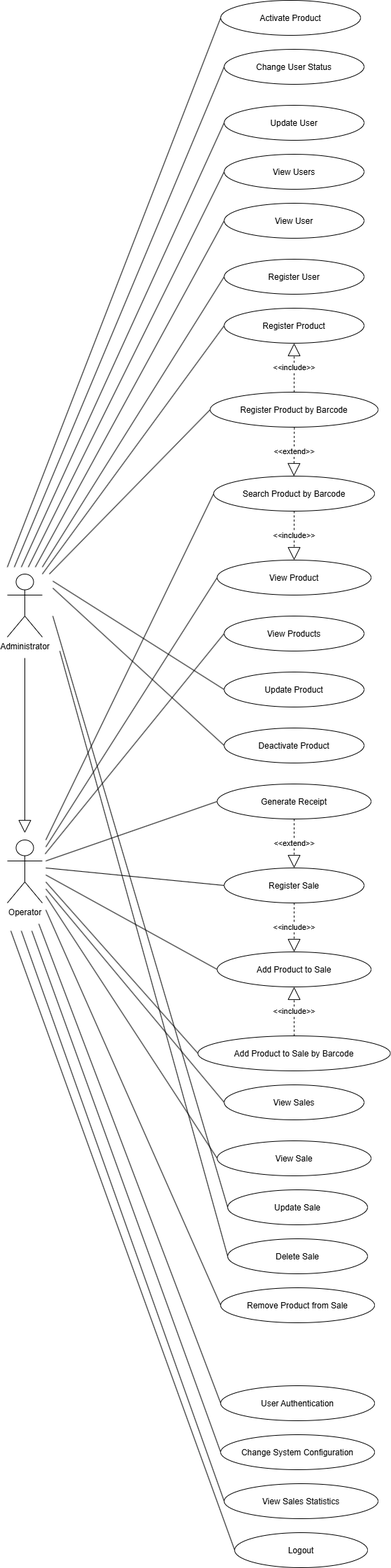
Above: docs/diagrams/Use_Case_Diagram.png in Marcos556149/sales-management-system (draw.io), before the change. Source tidied: cells renumbered, new cells last; positions are measured from the earlier drawing's top-left corner, leaving out a move shared by most shapes.
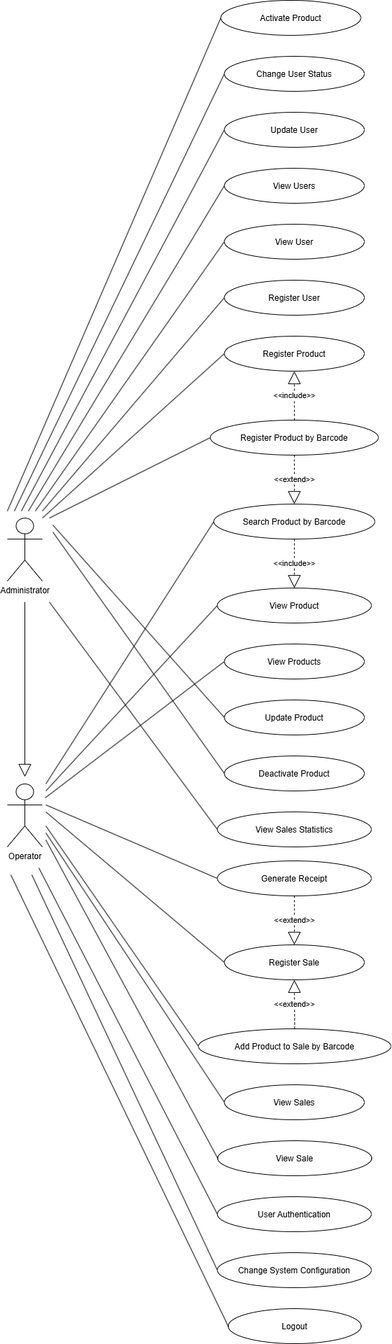
Later version of the same file.

Commit message:
docs: refactor use case diagram for updated sales requirements

Change to the diagram source:
```diff
@@ -3,55 +3,43 @@
     <mxCell id="0" />
     <mxCell id="1" parent="0" />
     <mxCell id="2" value="Register Product" style="ellipse;" parent="1" vertex="1">
-      <mxGeometry x="310" y="440" width="200" height="50" as="geometry" />
+      <mxGeometry x="310" y="560" width="200" height="50" as="geometry" />
     </mxCell>
     <mxCell id="3" value="View Products" style="ellipse;" parent="1" vertex="1">
-      <mxGeometry x="310" y="880" width="200" height="50" as="geometry" />
+      <mxGeometry x="310" y="1000" width="200" height="50" as="geometry" />
     </mxCell>
     <mxCell id="4" value="Update Product" style="ellipse;" parent="1" vertex="1">
-      <mxGeometry x="310" y="960" width="200" height="50" as="geometry" />
+      <mxGeometry x="310" y="1080" width="200" height="50" as="geometry" />
     </mxCell>
     <mxCell id="5" value="Deactivate Product" style="ellipse;" parent="1" vertex="1">
-      <mxGeometry x="310" y="1040" width="200" height="50" as="geometry" />
+      <mxGeometry x="310" y="1160" width="200" height="50" as="geometry" />
     </mxCell>
     <mxCell id="6" value="Search Product by Barcode" style="ellipse;" parent="1" vertex="1">
-      <mxGeometry x="295" y="680" width="230" height="50" as="geometry" />
+      <mxGeometry x="295" y="800" width="230" height="50" as="geometry" />
     </mxCell>
     <mxCell id="7" value="Register Product by Barcode" style="ellipse;" parent="1" vertex="1">
-      <mxGeometry x="290" y="560" width="240" height="50" as="geometry" />
+      <mxGeometry x="290" y="680" width="240" height="50" as="geometry" />
     </mxCell>
     <mxCell id="8" value="View Product" style="ellipse;" parent="1" vertex="1">
-      <mxGeometry x="300" y="800" width="220" height="50" as="geometry" />
+      <mxGeometry x="300" y="920" width="220" height="50" as="geometry" />
     </mxCell>
     <mxCell id="9" value="Register Sale" style="ellipse;" parent="1" vertex="1">
-      <mxGeometry x="310" y="1240" width="200" height="50" as="geometry" />
+      <mxGeometry x="310" y="1430" width="200" height="50" as="geometry" />
     </mxCell>
     <mxCell id="10" value="View Sales" style="ellipse;" parent="1" vertex="1">
-      <mxGeometry x="310" y="1550" width="200" height="50" as="geometry" />
+      <mxGeometry x="310" y="1630" width="200" height="50" as="geometry" />
     </mxCell>
-    <mxCell id="11" value="Update Sale" style="ellipse;" parent="1" vertex="1">
-      <mxGeometry x="315" y="1700" width="200" height="50" as="geometry" />
-    </mxCell>
-    <mxCell id="12" value="Delete Sale" style="ellipse;" parent="1" vertex="1">
-      <mxGeometry x="315" y="1770" width="200" height="50" as="geometry" />
-    </mxCell>
     <mxCell id="13" value="Add Product to Sale by Barcode" style="ellipse;" parent="1" vertex="1">
-      <mxGeometry x="272.5" y="1480" width="275" height="50" as="geometry" />
+      <mxGeometry x="273" y="1550" width="275" height="50" as="geometry" />
     </mxCell>
-    <mxCell id="14" value="Add Product to Sale" style="ellipse;" parent="1" vertex="1">
-      <mxGeometry x="300" y="1360" width="220" height="50" as="geometry" />
-    </mxCell>
-    <mxCell id="15" value="Remove Product from Sale" style="ellipse;" parent="1" vertex="1">
-      <mxGeometry x="305" y="1840" width="220" height="50" as="geometry" />
-    </mxCell>
     <mxCell id="16" value="Generate Receipt" style="ellipse;" parent="1" vertex="1">
-      <mxGeometry x="300" y="1120" width="220" height="50" as="geometry" />
+      <mxGeometry x="300" y="1310" width="220" height="50" as="geometry" />
     </mxCell>
     <mxCell id="17" value="View Sale" style="ellipse;" parent="1" vertex="1">
-      <mxGeometry x="300" y="1630" width="220" height="50" as="geometry" />
+      <mxGeometry x="300.5" y="1710" width="220" height="50" as="geometry" />
     </mxCell>
     <mxCell id="18" value="User Authentication" style="ellipse;" parent="1" vertex="1">
-      <mxGeometry x="305" y="1980" width="220" height="50" as="geometry" />
+      <mxGeometry x="300" y="1790" width="220" height="50" as="geometry" />
     </mxCell>
     <mxCell id="19" value="Administrator" style="shape=umlActor;verticalLabelPosition=bottom;verticalAlign=top;html=1;" parent="1" vertex="1">
       <mxGeometry y="820" width="50" height="90" as="geometry" />
@@ -65,183 +53,157 @@
     <mxCell id="22" value="&amp;lt;&amp;lt;include&amp;gt;&amp;gt;" style="endArrow=block;endSize=16;endFill=0;html=1;rounded=0;dashed=1;exitX=0.5;exitY=0;exitDx=0;exitDy=0;entryX=0.5;entryY=1;entryDx=0;entryDy=0;" parent="1" edge="1" source="7" target="2">
       <mxGeometry relative="1" as="geometry" />
     </mxCell>
-    <mxCell id="23" value="&amp;lt;&amp;lt;include&amp;gt;&amp;gt;" style="endArrow=block;endSize=16;endFill=0;html=1;rounded=0;dashed=1;exitX=0.5;exitY=1;exitDx=0;exitDy=0;entryX=0.5;entryY=0;entryDx=0;entryDy=0;" parent="1" edge="1" source="9" target="14">
-      <mxGeometry relative="1" as="geometry" />
-    </mxCell>
     <mxCell id="24" value="&amp;lt;&amp;lt;extend&amp;gt;&amp;gt;" style="endArrow=block;endSize=16;endFill=0;html=1;rounded=0;dashed=1;exitX=0.5;exitY=1;exitDx=0;exitDy=0;entryX=0.5;entryY=0;entryDx=0;entryDy=0;" parent="1" edge="1" source="16" target="9">
       <mxGeometry relative="1" as="geometry" />
     </mxCell>
-    <mxCell id="25" value="&amp;lt;&amp;lt;include&amp;gt;&amp;gt;" style="endArrow=block;endSize=16;endFill=0;html=1;rounded=0;dashed=1;exitX=0.5;exitY=0;exitDx=0;exitDy=0;entryX=0.5;entryY=1;entryDx=0;entryDy=0;" parent="1" edge="1" source="13" target="14">
-      <mxGeometry relative="1" as="geometry" />
-    </mxCell>
-    <mxCell id="26" value="&amp;lt;&amp;lt;extend&amp;gt;&amp;gt;" style="endArrow=block;endSize=16;endFill=0;html=1;rounded=0;dashed=1;exitX=0.373;exitY=1.011;exitDx=0;exitDy=0;entryX=0.365;entryY=0.001;entryDx=0;entryDy=0;exitPerimeter=0;entryPerimeter=0;" parent="1" edge="1">
-      <mxGeometry relative="1" as="geometry">
-        <mxPoint x="410.3" y="610.5" as="sourcePoint" />
-        <mxPoint x="409.7" y="680" as="targetPoint" />
-      </mxGeometry>
-    </mxCell>
-    <mxCell id="27" style="endArrow=none;html=1;rounded=0;entryX=0;entryY=0.5;entryDx=0;entryDy=0;" parent="1" edge="1" target="6">
-      <mxGeometry relative="1" as="geometry">
-        <mxPoint x="55" y="1200" as="sourcePoint" />
-      </mxGeometry>
-    </mxCell>
-    <mxCell id="28" style="endArrow=none;html=1;rounded=0;entryX=0;entryY=0.5;entryDx=0;entryDy=0;" parent="1" edge="1" target="8">
-      <mxGeometry relative="1" as="geometry">
-        <mxPoint x="55" y="1210" as="sourcePoint" />
-      </mxGeometry>
-    </mxCell>
-    <mxCell id="29" style="endArrow=none;html=1;rounded=0;entryX=0;entryY=0.5;entryDx=0;entryDy=0;" parent="1" edge="1" target="3">
-      <mxGeometry relative="1" as="geometry">
-        <mxPoint x="54" y="1220" as="sourcePoint" />
-      </mxGeometry>
-    </mxCell>
-    <mxCell id="30" style="endArrow=none;html=1;rounded=0;entryX=0;entryY=0.5;entryDx=0;entryDy=0;" parent="1" edge="1" target="18">
-      <mxGeometry relative="1" as="geometry">
-        <mxPoint x="45" y="1320" as="sourcePoint" />
-      </mxGeometry>
-    </mxCell>
-    <mxCell id="31" style="endArrow=block;endSize=16;endFill=0;html=1;rounded=0;" parent="1" edge="1">
-      <mxGeometry relative="1" as="geometry">
-        <mxPoint x="25" y="940" as="sourcePoint" />
-        <mxPoint x="25" y="1190" as="targetPoint" />
-      </mxGeometry>
-    </mxCell>
-    <mxCell id="32" style="endArrow=none;html=1;rounded=0;entryX=0;entryY=0.5;entryDx=0;entryDy=0;" parent="1" edge="1" target="10">
-      <mxGeometry relative="1" as="geometry">
-        <mxPoint x="55" y="1270" as="sourcePoint" />
-      </mxGeometry>
-    </mxCell>
-    <mxCell id="33" style="endArrow=none;html=1;rounded=0;entryX=0;entryY=0.5;entryDx=0;entryDy=0;" parent="1" edge="1" target="17">
-      <mxGeometry relative="1" as="geometry">
-        <mxPoint x="55" y="1280" as="sourcePoint" />
-      </mxGeometry>
-    </mxCell>
-    <mxCell id="34" style="endArrow=none;html=1;rounded=0;entryX=0;entryY=0.5;entryDx=0;entryDy=0;" parent="1" edge="1" target="9">
-      <mxGeometry relative="1" as="geometry">
-        <mxPoint x="55" y="1240" as="sourcePoint" />
-      </mxGeometry>
-    </mxCell>
-    <mxCell id="35" style="endArrow=none;html=1;rounded=0;entryX=0;entryY=0.5;entryDx=0;entryDy=0;" parent="1" edge="1" target="14">
-      <mxGeometry relative="1" as="geometry">
-        <mxPoint x="55" y="1250" as="sourcePoint" />
-      </mxGeometry>
-    </mxCell>
-    <mxCell id="36" style="endArrow=none;html=1;rounded=0;entryX=0;entryY=0.5;entryDx=0;entryDy=0;" parent="1" edge="1" target="13">
-      <mxGeometry relative="1" as="geometry">
-        <mxPoint x="55" y="1260" as="sourcePoint" />
-      </mxGeometry>
-    </mxCell>
-    <mxCell id="37" style="endArrow=none;html=1;rounded=0;entryX=0;entryY=0.5;entryDx=0;entryDy=0;" parent="1" edge="1" target="15">
-      <mxGeometry relative="1" as="geometry">
-        <mxPoint x="55" y="1300" as="sourcePoint" />
-      </mxGeometry>
-    </mxCell>
-    <mxCell id="38" style="endArrow=none;html=1;rounded=0;entryX=0;entryY=0.5;entryDx=0;entryDy=0;" parent="1" edge="1" target="16">
-      <mxGeometry relative="1" as="geometry">
-        <mxPoint x="55" y="1230" as="sourcePoint" />
-      </mxGeometry>
-    </mxCell>
-    <mxCell id="39" style="endArrow=none;html=1;rounded=0;entryX=0;entryY=0.5;entryDx=0;entryDy=0;" parent="1" edge="1" target="48">
-      <mxGeometry relative="1" as="geometry">
-        <mxPoint x="35" y="1330" as="sourcePoint" />
-      </mxGeometry>
-    </mxCell>
-    <mxCell id="40" style="endArrow=none;html=1;rounded=0;entryX=0;entryY=0.5;entryDx=0;entryDy=0;" parent="1" edge="1" target="2">
-      <mxGeometry relative="1" as="geometry">
-        <mxPoint x="50" y="820" as="sourcePoint" />
-      </mxGeometry>
-    </mxCell>
-    <mxCell id="41" style="endArrow=none;html=1;rounded=0;entryX=0;entryY=0.5;entryDx=0;entryDy=0;" parent="1" edge="1" target="7">
-      <mxGeometry relative="1" as="geometry">
-        <mxPoint x="60" y="820" as="sourcePoint" />
-      </mxGeometry>
-    </mxCell>
-    <mxCell id="42" style="endArrow=none;html=1;rounded=0;entryX=0;entryY=0.5;entryDx=0;entryDy=0;" parent="1" edge="1" target="4">
-      <mxGeometry relative="1" as="geometry">
-        <mxPoint x="65" y="830" as="sourcePoint" />
-      </mxGeometry>
-    </mxCell>
-    <mxCell id="43" style="endArrow=none;html=1;rounded=0;entryX=0;entryY=0.5;entryDx=0;entryDy=0;" parent="1" edge="1" target="5">
-      <mxGeometry relative="1" as="geometry">
-        <mxPoint x="65" y="840" as="sourcePoint" />
-      </mxGeometry>
-    </mxCell>
-    <mxCell id="44" style="endArrow=none;html=1;rounded=0;entryX=0;entryY=0.5;entryDx=0;entryDy=0;" parent="1" edge="1" target="11">
-      <mxGeometry relative="1" as="geometry">
-        <mxPoint x="65" y="880" as="sourcePoint" />
-      </mxGeometry>
-    </mxCell>
-    <mxCell id="45" style="endArrow=none;html=1;rounded=0;entryX=0;entryY=0.5;entryDx=0;entryDy=0;" parent="1" edge="1" target="12">
-      <mxGeometry relative="1" as="geometry">
-        <mxPoint x="75" y="930" as="sourcePoint" />
-      </mxGeometry>
-    </mxCell>
+    <mxCell id="63" value="&amp;lt;&amp;lt;extend&amp;gt;&amp;gt;" style="endArrow=block;endSize=16;endFill=0;html=1;rounded=0;dashed=1;exitX=0.5;exitY=0;exitDx=0;exitDy=0;entryX=0.5;entryY=1;entryDx=0;entryDy=0;" parent="1" edge="1" source="13" target="9">
+      <mxGeometry relative="1" as="geometry" />
+    </mxCell>
+    <mxCell id="64" value="&amp;lt;&amp;lt;extend&amp;gt;&amp;gt;" style="endArrow=block;endSize=16;endFill=0;html=1;rounded=0;dashed=1;entryX=0.5;entryY=0;entryDx=0;entryDy=0;exitX=0.5;exitY=1;exitDx=0;exitDy=0;" parent="1" edge="1" source="7" target="6">
+      <mxGeometry relative="1" as="geometry" />
+    </mxCell>
+    <mxCell id="65" style="endArrow=none;html=1;rounded=0;entryX=0;entryY=0.5;entryDx=0;entryDy=0;" parent="1" edge="1" target="6">
+      <mxGeometry relative="1" as="geometry">
+        <mxPoint x="55" y="1200" as="sourcePoint" />
+      </mxGeometry>
+    </mxCell>
+    <mxCell id="66" style="endArrow=none;html=1;rounded=0;entryX=0;entryY=0.5;entryDx=0;entryDy=0;" parent="1" edge="1" target="8">
+      <mxGeometry relative="1" as="geometry">
+        <mxPoint x="55" y="1210" as="sourcePoint" />
+      </mxGeometry>
+    </mxCell>
+    <mxCell id="67" style="endArrow=none;html=1;rounded=0;entryX=0;entryY=0.5;entryDx=0;entryDy=0;" parent="1" edge="1" target="3">
+      <mxGeometry relative="1" as="geometry">
+        <mxPoint x="54" y="1220" as="sourcePoint" />
+      </mxGeometry>
+    </mxCell>
+    <mxCell id="68" style="endArrow=none;html=1;rounded=0;entryX=0;entryY=0.5;entryDx=0;entryDy=0;" parent="1" edge="1" target="18">
+      <mxGeometry relative="1" as="geometry">
+        <mxPoint x="45" y="1320" as="sourcePoint" />
+      </mxGeometry>
+    </mxCell>
+    <mxCell id="69" style="endArrow=block;endSize=16;endFill=0;html=1;rounded=0;" parent="1" edge="1">
+      <mxGeometry relative="1" as="geometry">
+        <mxPoint x="25" y="940" as="sourcePoint" />
+        <mxPoint x="25" y="1190" as="targetPoint" />
+      </mxGeometry>
+    </mxCell>
+    <mxCell id="70" style="endArrow=none;html=1;rounded=0;entryX=0;entryY=0.5;entryDx=0;entryDy=0;" parent="1" edge="1" target="10">
+      <mxGeometry relative="1" as="geometry">
+        <mxPoint x="55" y="1270" as="sourcePoint" />
+      </mxGeometry>
+    </mxCell>
+    <mxCell id="71" style="endArrow=none;html=1;rounded=0;entryX=0;entryY=0.5;entryDx=0;entryDy=0;" parent="1" edge="1" target="17">
+      <mxGeometry relative="1" as="geometry">
+        <mxPoint x="55" y="1280" as="sourcePoint" />
+      </mxGeometry>
+    </mxCell>
+    <mxCell id="72" style="endArrow=none;html=1;rounded=0;entryX=0;entryY=0.5;entryDx=0;entryDy=0;" parent="1" edge="1" target="9">
+      <mxGeometry relative="1" as="geometry">
+        <mxPoint x="55" y="1240" as="sourcePoint" />
+      </mxGeometry>
+    </mxCell>
+    <mxCell id="73" style="endArrow=none;html=1;rounded=0;entryX=0;entryY=0.5;entryDx=0;entryDy=0;" parent="1" edge="1" target="13">
+      <mxGeometry relative="1" as="geometry">
+        <mxPoint x="55" y="1260" as="sourcePoint" />
+      </mxGeometry>
+    </mxCell>
+    <mxCell id="74" style="endArrow=none;html=1;rounded=0;entryX=0;entryY=0.5;entryDx=0;entryDy=0;" parent="1" edge="1" target="16">
+      <mxGeometry relative="1" as="geometry">
+        <mxPoint x="55" y="1230" as="sourcePoint" />
+      </mxGeometry>
+    </mxCell>
+    <mxCell id="75" style="endArrow=none;html=1;rounded=0;entryX=0;entryY=0.5;entryDx=0;entryDy=0;" parent="1" edge="1" target="48">
+      <mxGeometry relative="1" as="geometry">
+        <mxPoint x="35" y="1330" as="sourcePoint" />
+      </mxGeometry>
+    </mxCell>
+    <mxCell id="76" style="endArrow=none;html=1;rounded=0;entryX=0;entryY=0.5;entryDx=0;entryDy=0;" parent="1" edge="1" target="2">
+      <mxGeometry relative="1" as="geometry">
+        <mxPoint x="50" y="820" as="sourcePoint" />
+      </mxGeometry>
+    </mxCell>
+    <mxCell id="77" style="endArrow=none;html=1;rounded=0;entryX=0;entryY=0.5;entryDx=0;entryDy=0;" parent="1" edge="1" target="7">
+      <mxGeometry relative="1" as="geometry">
+        <mxPoint x="60" y="820" as="sourcePoint" />
+      </mxGeometry>
+    </mxCell>
+    <mxCell id="78" style="endArrow=none;html=1;rounded=0;entryX=0;entryY=0.5;entryDx=0;entryDy=0;" parent="1" edge="1" target="4">
+      <mxGeometry relative="1" as="geometry">
+        <mxPoint x="65" y="830" as="sourcePoint" />
+      </mxGeometry>
+    </mxCell>
+    <mxCell id="79" style="endArrow=none;html=1;rounded=0;entryX=0;entryY=0.5;entryDx=0;entryDy=0;" parent="1" edge="1" target="5">
+      <mxGeometry relative="1" as="geometry">
+        <mxPoint x="65" y="840" as="sourcePoint" />
+      </mxGeometry>
+    </mxCell>
     <mxCell id="46" value="View Sales Statistics" style="ellipse;" parent="1" vertex="1">
-      <mxGeometry x="310" y="2120" width="220" height="50" as="geometry" />
+      <mxGeometry x="300" y="1240" width="220" height="50" as="geometry" />
     </mxCell>
-    <mxCell id="47" style="endArrow=none;html=1;rounded=0;entryX=0;entryY=0.5;entryDx=0;entryDy=0;" parent="1" edge="1" target="46">
-      <mxGeometry relative="1" as="geometry">
-        <mxPoint x="20" y="1330" as="sourcePoint" />
-      </mxGeometry>
-    </mxCell>
+    <mxCell id="80" style="endArrow=none;html=1;rounded=0;entryX=0;entryY=0.5;entryDx=0;entryDy=0;" parent="1" edge="1" target="46">
+      <mxGeometry relative="1" as="geometry">
+        <mxPoint x="60" y="940" as="sourcePoint" />
+      </mxGeometry>
+    </mxCell>
     <mxCell id="48" value="Change System Configuration" style="ellipse;" parent="1" vertex="1">
-      <mxGeometry x="305" y="2050" width="220" height="50" as="geometry" />
+      <mxGeometry x="300" y="1870" width="220" height="50" as="geometry" />
     </mxCell>
     <mxCell id="49" value="Logout" style="ellipse;" parent="1" vertex="1">
-      <mxGeometry x="325" y="2190" width="190" height="50" as="geometry" />
+      <mxGeometry x="315.5" y="1950" width="190" height="50" as="geometry" />
     </mxCell>
-    <mxCell id="50" style="endArrow=none;html=1;rounded=0;entryX=0;entryY=0.5;entryDx=0;entryDy=0;" parent="1" edge="1" target="49">
-      <mxGeometry relative="1" as="geometry">
-        <mxPoint x="5" y="1330" as="sourcePoint" />
-      </mxGeometry>
-    </mxCell>
+    <mxCell id="81" style="endArrow=none;html=1;rounded=0;entryX=0;entryY=0.5;entryDx=0;entryDy=0;" parent="1" edge="1" target="49">
+      <mxGeometry relative="1" as="geometry">
+        <mxPoint x="5" y="1330" as="sourcePoint" />
+      </mxGeometry>
+    </mxCell>
     <mxCell id="51" value="Register User" style="ellipse;" parent="1" vertex="1">
-      <mxGeometry x="310" y="370" width="200" height="50" as="geometry" />
+      <mxGeometry x="310" y="480" width="200" height="50" as="geometry" />
     </mxCell>
     <mxCell id="52" value="View User" style="ellipse;" parent="1" vertex="1">
-      <mxGeometry x="310" y="290" width="200" height="50" as="geometry" />
+      <mxGeometry x="310" y="400" width="200" height="50" as="geometry" />
     </mxCell>
     <mxCell id="53" value="View Users" style="ellipse;" parent="1" vertex="1">
-      <mxGeometry x="310" y="220" width="200" height="50" as="geometry" />
+      <mxGeometry x="310" y="320" width="200" height="50" as="geometry" />
     </mxCell>
     <mxCell id="54" value="Update User" style="ellipse;" parent="1" vertex="1">
-      <mxGeometry x="310" y="150" width="200" height="50" as="geometry" />
+      <mxGeometry x="310" y="240" width="200" height="50" as="geometry" />
     </mxCell>
     <mxCell id="55" value="Change User Status" style="ellipse;" parent="1" vertex="1">
-      <mxGeometry x="310" y="70" width="200" height="50" as="geometry" />
+      <mxGeometry x="310" y="160" width="200" height="50" as="geometry" />
     </mxCell>
-    <mxCell id="56" style="endArrow=none;html=1;rounded=0;entryX=0;entryY=0.5;entryDx=0;entryDy=0;" parent="1" edge="1" target="51">
-      <mxGeometry relative="1" as="geometry">
-        <mxPoint x="50" y="810" as="sourcePoint" />
-      </mxGeometry>
-    </mxCell>
-    <mxCell id="57" style="endArrow=none;html=1;rounded=0;entryX=0;entryY=0.5;entryDx=0;entryDy=0;" parent="1" edge="1" target="52">
-      <mxGeometry relative="1" as="geometry">
-        <mxPoint x="40" y="810" as="sourcePoint" />
-      </mxGeometry>
-    </mxCell>
-    <mxCell id="58" style="endArrow=none;html=1;rounded=0;entryX=0;entryY=0.5;entryDx=0;entryDy=0;" parent="1" edge="1" target="53">
-      <mxGeometry relative="1" as="geometry">
-        <mxPoint x="30" y="810" as="sourcePoint" />
-      </mxGeometry>
-    </mxCell>
-    <mxCell id="59" style="endArrow=none;html=1;rounded=0;entryX=0;entryY=0.5;entryDx=0;entryDy=0;" parent="1" edge="1" target="54">
-      <mxGeometry relative="1" as="geometry">
-        <mxPoint x="20" y="810" as="sourcePoint" />
-      </mxGeometry>
-    </mxCell>
-    <mxCell id="60" style="endArrow=none;html=1;rounded=0;entryX=0;entryY=0.5;entryDx=0;entryDy=0;" parent="1" edge="1" target="55">
-      <mxGeometry relative="1" as="geometry">
-        <mxPoint x="10" y="810" as="sourcePoint" />
-      </mxGeometry>
-    </mxCell>
+    <mxCell id="82" style="endArrow=none;html=1;rounded=0;entryX=0;entryY=0.5;entryDx=0;entryDy=0;" parent="1" edge="1" target="51">
+      <mxGeometry relative="1" as="geometry">
+        <mxPoint x="50" y="810" as="sourcePoint" />
+      </mxGeometry>
+    </mxCell>
+    <mxCell id="83" style="endArrow=none;html=1;rounded=0;entryX=0;entryY=0.5;entryDx=0;entryDy=0;" parent="1" edge="1" target="52">
+      <mxGeometry relative="1" as="geometry">
+        <mxPoint x="40" y="810" as="sourcePoint" />
+      </mxGeometry>
+    </mxCell>
+    <mxCell id="84" style="endArrow=none;html=1;rounded=0;entryX=0;entryY=0.5;entryDx=0;entryDy=0;" parent="1" edge="1" target="53">
+      <mxGeometry relative="1" as="geometry">
+        <mxPoint x="30" y="810" as="sourcePoint" />
+      </mxGeometry>
+    </mxCell>
+    <mxCell id="85" style="endArrow=none;html=1;rounded=0;entryX=0;entryY=0.5;entryDx=0;entryDy=0;" parent="1" edge="1" target="54">
+      <mxGeometry relative="1" as="geometry">
+        <mxPoint x="20" y="810" as="sourcePoint" />
+      </mxGeometry>
+    </mxCell>
+    <mxCell id="86" style="endArrow=none;html=1;rounded=0;entryX=0;entryY=0.5;entryDx=0;entryDy=0;" parent="1" edge="1" target="55">
+      <mxGeometry relative="1" as="geometry">
+        <mxPoint x="10" y="810" as="sourcePoint" />
+      </mxGeometry>
+    </mxCell>
     <mxCell id="61" value="Activate Product" style="ellipse;" parent="1" vertex="1">
-      <mxGeometry x="305" width="200" height="50" as="geometry" />
+      <mxGeometry x="305" y="80" width="200" height="50" as="geometry" />
     </mxCell>
-    <mxCell id="62" style="endArrow=none;html=1;rounded=0;entryX=0;entryY=0.5;entryDx=0;entryDy=0;" parent="1" edge="1" target="61">
-      <mxGeometry relative="1" as="geometry">
-        <mxPoint y="810" as="sourcePoint" />
-      </mxGeometry>
-    </mxCell>
+    <mxCell id="87" style="endArrow=none;html=1;rounded=0;entryX=0;entryY=0.5;entryDx=0;entryDy=0;" parent="1" edge="1" target="61">
+      <mxGeometry relative="1" as="geometry">
+        <mxPoint y="810" as="sourcePoint" />
+      </mxGeometry>
+    </mxCell>
   </root>
 </mxGraphModel>
```
